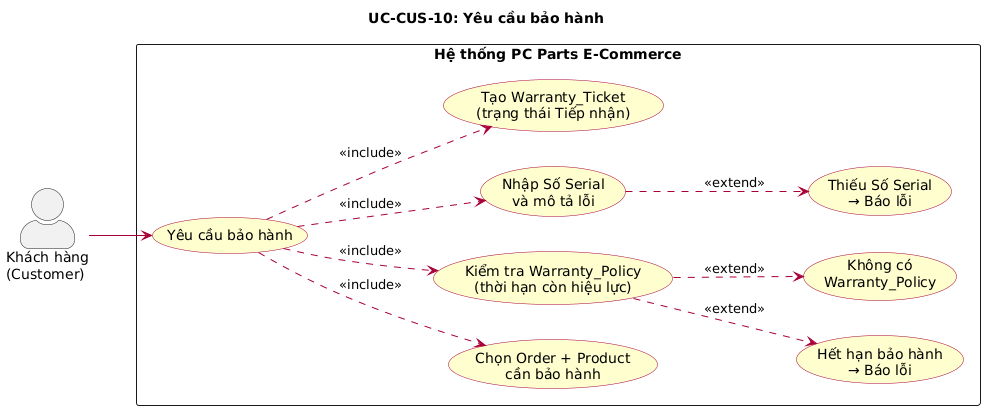
huuhieu56/PC-Parts-ECommerce keeps this PlantUML diagram as docs/diagrams/images/uc_CUS10_yeu_cau_bao_hanh.png. Above is the earlier version. Its diagram source:
```plantuml
@startuml
left to right direction
skinparam actorStyle awesome
skinparam packageStyle rectangle
skinparam usecase {
  BackgroundColor #FEFECE
  BorderColor #A80036
  ArrowColor #A80036
}

title UC-CUS-10: Yêu cầu bảo hành

actor "Khách hàng\n(Customer)" as Customer

rectangle "Hệ thống PC Parts E-Commerce" {
  usecase "Yêu cầu bảo hành" as UC_WARRANTY
  usecase "Chọn Order + Product\ncần bảo hành" as UC_SELECT
  usecase "Kiểm tra Warranty_Policy\n(thời hạn còn hiệu lực)" as UC_CHECK
  usecase "Nhập Số Serial\nvà mô tả lỗi" as UC_INPUT
  usecase "Tạo Warranty_Ticket\n(trạng thái Tiếp nhận)" as UC_CREATE
  usecase "Hết hạn bảo hành\n→ Báo lỗi" as UC_ERR_EXPIRED
  usecase "Không có\nWarranty_Policy" as UC_ERR_NO_POLICY
  usecase "Thiếu Số Serial\n→ Báo lỗi" as UC_ERR_SERIAL
}

Customer --> UC_WARRANTY

UC_WARRANTY ..> UC_SELECT : <<include>>
UC_WARRANTY ..> UC_CHECK : <<include>>
UC_WARRANTY ..> UC_INPUT : <<include>>
UC_WARRANTY ..> UC_CREATE : <<include>>
UC_CHECK ..> UC_ERR_EXPIRED : <<extend>>
UC_CHECK ..> UC_ERR_NO_POLICY : <<extend>>
UC_INPUT ..> UC_ERR_SERIAL : <<extend>>
@enduml
```
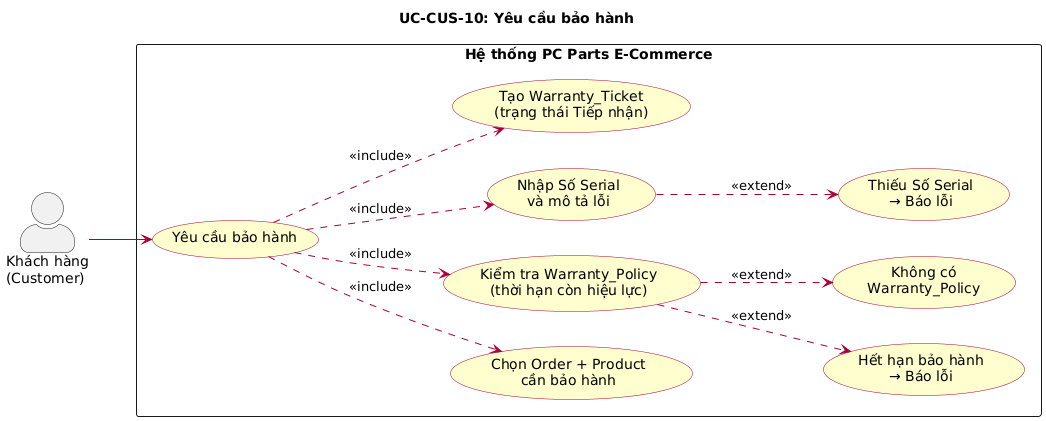
The same diagram one commit later.

What changed in the source:
```diff
@@ -1,4 +1,4 @@
-@startuml
+@startuml uc_CUS10_yeu_cau_bao_hanh
 left to right direction
 skinparam actorStyle awesome
 skinparam packageStyle rectangle
@@ -32,4 +32,5 @@
 UC_CHECK ..> UC_ERR_EXPIRED : <<extend>>
 UC_CHECK ..> UC_ERR_NO_POLICY : <<extend>>
 UC_INPUT ..> UC_ERR_SERIAL : <<extend>>
+
 @enduml
```
